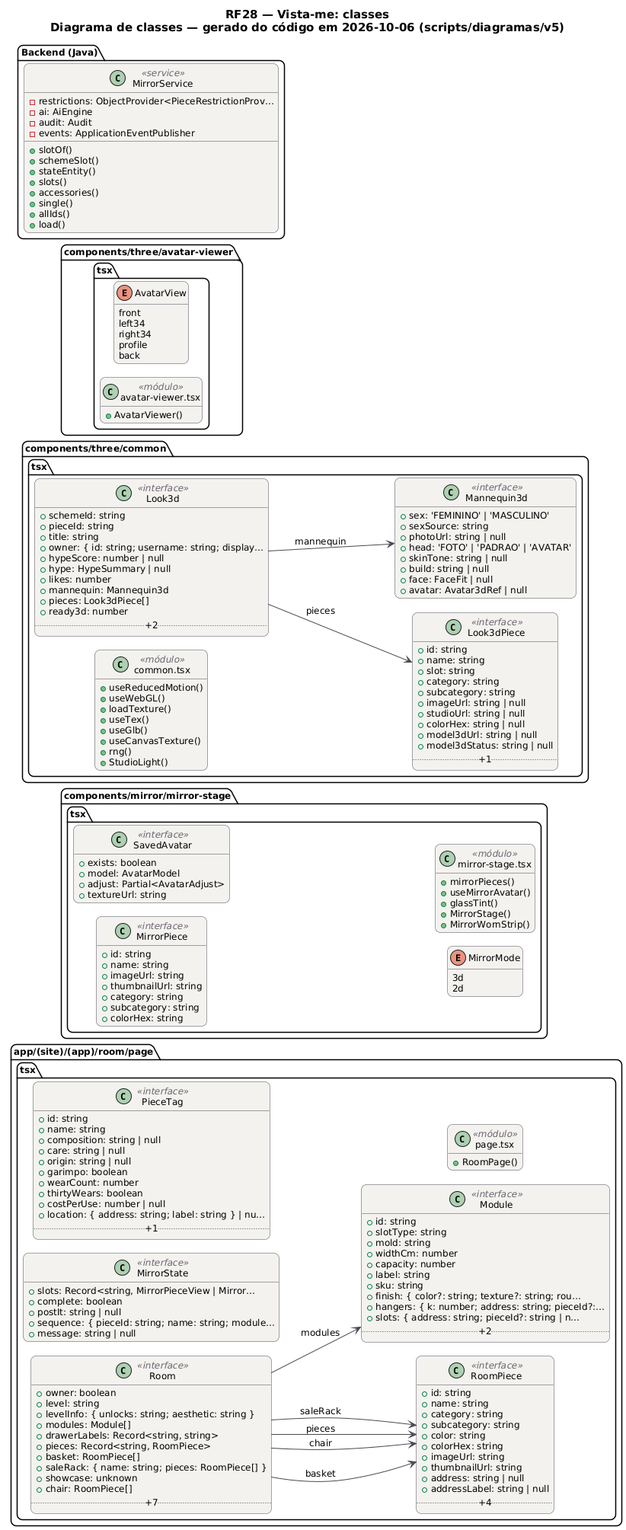
The PlantUML diagram docs/diagramas/RF28-espelho-vista-me/RF28_Espelho_Classes.png in MatheusHaliski/tcc-2026-fashion-ai-backend, before a commit.
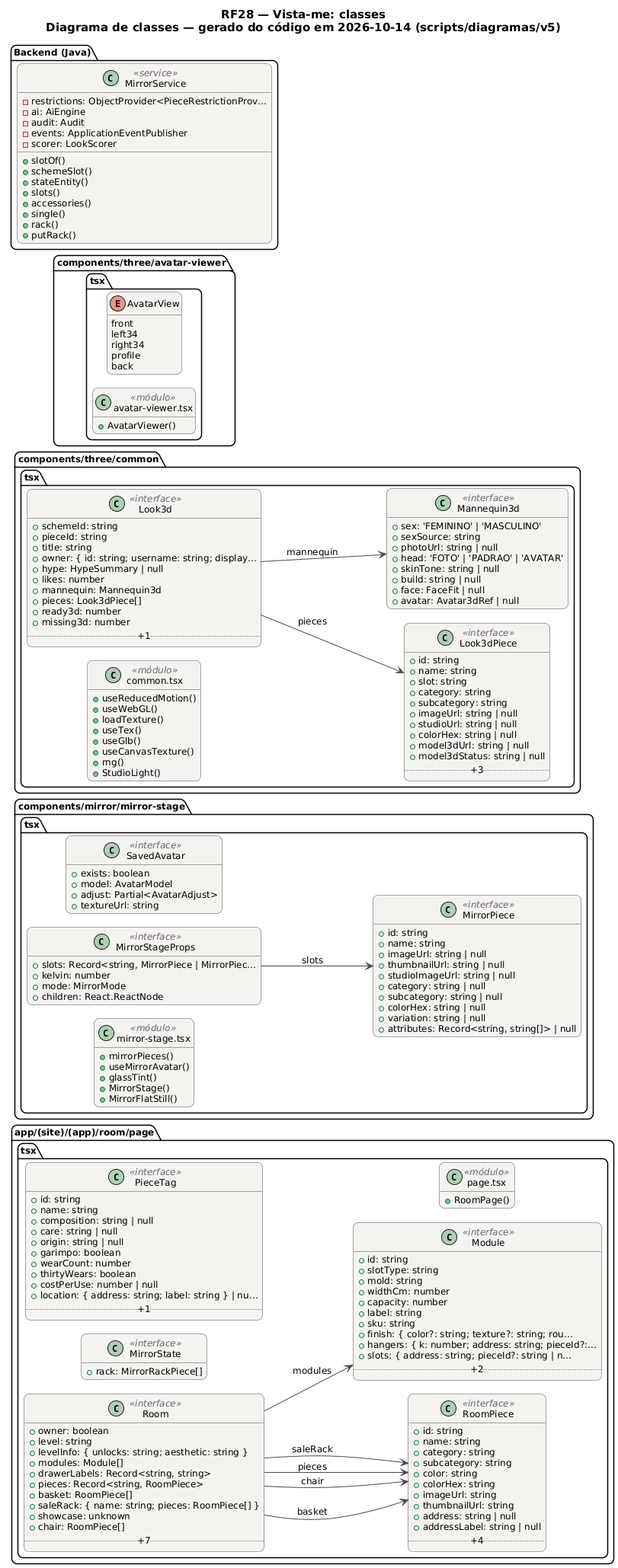
Later version of the same file.

Change to the diagram source:
```diff
@@ -20,15 +20,11 @@
 }
 hide empty members
 left to right direction
-title RF28 — Vista-me: classes\nDiagrama de classes — gerado do código em 2026-10-06 (scripts/diagramas/v5)
+title RF28 — Vista-me: classes\nDiagrama de classes — gerado do código em 2026-10-14 (scripts/diagramas/v5)
 
 package "app/(site)/(app)/room/page.tsx" {
   class MirrorState as "MirrorState" <<interface>> {
-    +slots: Record<string, MirrorPieceView | Mirror…
-    +complete: boolean
-    +postIt: string | null
-    +sequence: { pieceId: string; name: string; module…
-    +message: string | null
+    +rack: MirrorRackPiece[]
   }
   class Room as "Room" <<interface>> {
     +owner: boolean
@@ -90,11 +86,14 @@
   class MirrorPiece as "MirrorPiece" <<interface>> {
     +id: string
     +name: string
-    +imageUrl: string
-    +thumbnailUrl: string
-    +category: string
-    +subcategory: string
-    +colorHex: string
+    +imageUrl: string | null
+    +thumbnailUrl: string | null
+    +studioImageUrl: string | null
+    +category: string | null
+    +subcategory: string | null
+    +colorHex: string | null
+    +variation: string | null
+    +attributes: Record<string, string[]> | null
   }
   class SavedAvatar as "SavedAvatar" <<interface>> {
     +exists: boolean
@@ -102,32 +101,21 @@
     +adjust: Partial<AvatarAdjust>
     +textureUrl: string
   }
-  enum MirrorMode as "MirrorMode" {
-    3d
-    2d
+  class MirrorStageProps as "MirrorStageProps" <<interface>> {
+    +slots: Record<string, MirrorPiece | MirrorPiec…
+    +kelvin: number
+    +mode: MirrorMode
+    +children: React.ReactNode
   }
   class mod_mirror_stage_tsx as "mirror-stage.tsx" <<módulo>> {
     +mirrorPieces()
     +useMirrorAvatar()
     +glassTint()
     +MirrorStage()
-    +MirrorWornStrip()
+    +MirrorFlatStill()
   }
 }
 package "components/three/common.tsx" {
-  class Look3d as "Look3d" <<interface>> {
-    +schemeId: string
-    +pieceId: string
-    +title: string
-    +owner: { id: string; username: string; display…
-    +hypeScore: number | null
-    +hype: HypeSummary | null
-    +likes: number
-    +mannequin: Mannequin3d
-    +pieces: Look3dPiece[]
-    +ready3d: number
-    .. +2 ..
-  }
   class Look3dPiece as "Look3dPiece" <<interface>> {
     +id: string
     +name: string
@@ -139,6 +127,19 @@
     +colorHex: string | null
     +model3dUrl: string | null
     +model3dStatus: string | null
+    .. +3 ..
+  }
+  class Look3d as "Look3d" <<interface>> {
+    +schemeId: string
+    +pieceId: string
+    +title: string
+    +owner: { id: string; username: string; display…
+    +hype: HypeSummary | null
+    +likes: number
+    +mannequin: Mannequin3d
+    +pieces: Look3dPiece[]
+    +ready3d: number
+    +missing3d: number
     .. +1 ..
   }
   class Mannequin3d as "Mannequin3d" <<interface>> {
@@ -180,18 +181,20 @@
     -ai: AiEngine
     -audit: Audit
     -events: ApplicationEventPublisher
+    -scorer: LookScorer
     +slotOf()
     +schemeSlot()
     +stateEntity()
     +slots()
     +accessories()
     +single()
-    +allIds()
-    +load()
+    +rack()
+    +putRack()
   }
 }
 Look3d --> Look3dPiece : pieces
 Look3d --> Mannequin3d : mannequin
+MirrorStageProps --> MirrorPiece : slots
 Room --> Module : modules
 Room --> RoomPiece : basket
 Room --> RoomPiece : chair
```
